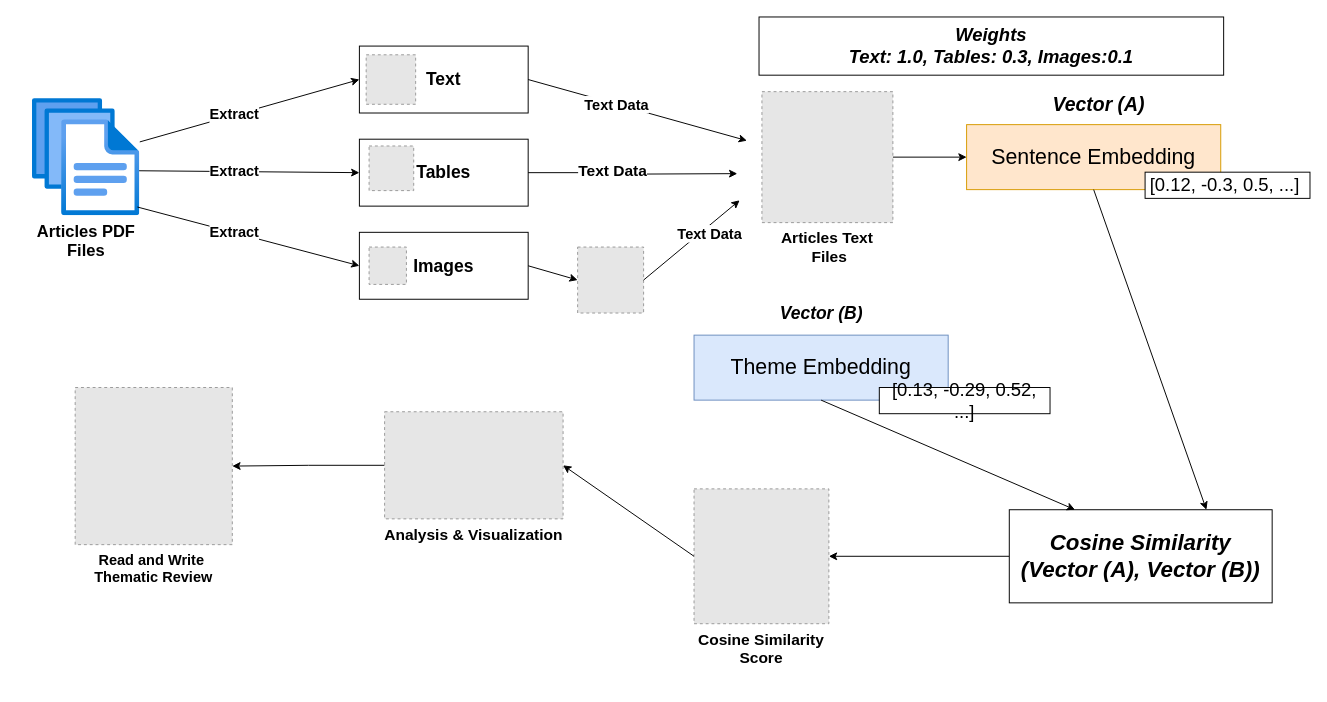
The draw.io diagram LiteratureFramework.drawio in ysenousy/ACC-N-ACE, before the edit. Source tidied: cells renumbered, new cells numbered last; positions are measured from the earlier drawing's top-left corner, leaving out a move shared by most shapes. Both pictures are drawn from the tidied source at 97%, with x=0, y=0 at pixel (32, 16). Pictures stored in the file or linked from it are replaced by grey dashed boxes.
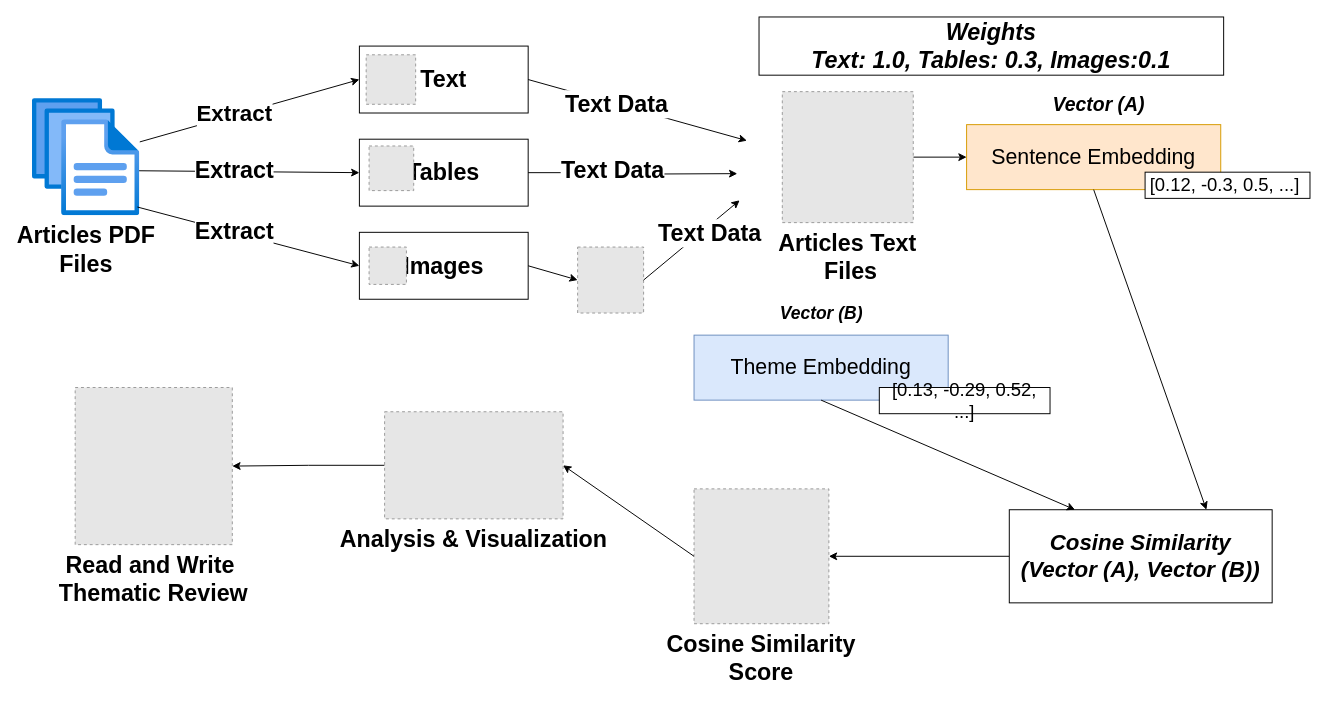
After the change.

Commit message (it also covers changes not shown here):
Enhancing Diagrams

Unchanged cells that the change refers to:
```xml
<mxCell id="9" style="endArrow=classic;html=1;rounded=0;entryX=0;entryY=0.5;entryDx=0;entryDy=0;" parent="1" edge="1" source="2" target="7">
  <mxGeometry relative="1" as="geometry" />
</mxCell>
<mxCell id="12" style="endArrow=classic;html=1;rounded=0;exitX=0.994;exitY=0.616;exitDx=0;exitDy=0;exitPerimeter=0;entryX=0;entryY=0.5;entryDx=0;entryDy=0;" parent="1" edge="1" source="2" target="8">
  <mxGeometry relative="1" as="geometry" />
</mxCell>
<mxCell id="14" style="endArrow=classic;html=1;rounded=0;exitX=0.978;exitY=0.925;exitDx=0;exitDy=0;exitPerimeter=0;entryX=0;entryY=0.5;entryDx=0;entryDy=0;" parent="1" edge="1" source="2" target="11">
  <mxGeometry relative="1" as="geometry" />
</mxCell>
<mxCell id="23" style="fillColor=#E6E6E6;strokeColor=#999999;dashed=1;verticalLabelPosition=bottom;labelBackgroundColor=default;verticalAlign=top;" parent="1" vertex="1">
  <mxGeometry x="562" y="237.2" width="68" height="68" as="geometry" />
</mxCell>
```

Change to the diagram source:
```diff
@@
-    <mxCell id="2" value="&lt;font style=&quot;font-size: 17px;&quot;&gt;&lt;b&gt;Articles PDF&lt;/b&gt;&lt;/font&gt;&lt;div&gt;&lt;font style=&quot;font-size: 17px;&quot;&gt;&lt;b&gt;Files&lt;/b&gt;&lt;/font&gt;&lt;/div&gt;" style="image;html=1;points=[];align=center;fontSize=12;image=img/lib/azure2/general/Files.svg;" parent="1" vertex="1">
+    <mxCell id="2" value="&lt;font style=&quot;font-size: 24px;&quot;&gt;&lt;b style=&quot;&quot;&gt;Articles PDF&lt;/b&gt;&lt;/font&gt;&lt;div&gt;&lt;font style=&quot;font-size: 24px;&quot;&gt;&lt;b style=&quot;&quot;&gt;Files&lt;/b&gt;&lt;/font&gt;&lt;/div&gt;" style="image;html=1;points=[];align=center;fontSize=12;image=img/lib/azure2/general/Files.svg;" parent="1" vertex="1">
       <mxGeometry y="84" width="110.6" height="121" as="geometry" />
     </mxCell>
-    <mxCell id="3" value="Cosine Similarity&#10;Score" style="fillColor=#E6E6E6;strokeColor=#999999;dashed=1;verticalLabelPosition=bottom;labelBackgroundColor=default;verticalAlign=top;fontSize=16;fontStyle=1;" parent="1" vertex="1">
+    <mxCell id="3" value="Cosine Similarity&#10;Score" style="fillColor=#E6E6E6;strokeColor=#999999;dashed=1;verticalLabelPosition=bottom;labelBackgroundColor=default;verticalAlign=top;fontSize=24;fontStyle=1;" parent="1" vertex="1">
       <mxGeometry x="682" y="486.5" width="139" height="139" as="geometry" />
     </mxCell>
@@
-    <mxCell id="5" value="Analysis &amp; Visualization" style="fillColor=#E6E6E6;strokeColor=#999999;dashed=1;verticalLabelPosition=bottom;labelBackgroundColor=default;verticalAlign=top;fontSize=16;fontStyle=1;" parent="1" vertex="1">
+    <mxCell id="5" value="Analysis &amp; Visualization" style="fillColor=#E6E6E6;strokeColor=#999999;dashed=1;verticalLabelPosition=bottom;labelBackgroundColor=default;verticalAlign=top;fontSize=24;fontStyle=1;" parent="1" vertex="1">
       <mxGeometry x="363" y="407" width="184" height="110.4" as="geometry" />
     </mxCell>
-    <mxCell id="6" value="Read and Write &#10;Thematic Review" style="fillColor=#E6E6E6;strokeColor=#999999;dashed=1;verticalLabelPosition=bottom;labelBackgroundColor=default;verticalAlign=top;fontSize=15;fontStyle=1;" parent="1" vertex="1">
+    <mxCell id="6" value="Read and Write &#10;Thematic Review" style="fillColor=#E6E6E6;strokeColor=#999999;dashed=1;verticalLabelPosition=bottom;labelBackgroundColor=default;verticalAlign=top;fontSize=24;fontStyle=1;" parent="1" vertex="1">
       <mxGeometry x="44" y="382" width="162" height="162" as="geometry" />
     </mxCell>
-    <mxCell id="7" value="&lt;font style=&quot;font-size: 18px;&quot;&gt;&lt;b&gt;Text&lt;/b&gt;&lt;/font&gt;" style="rounded=0;whiteSpace=wrap;html=1;" parent="1" vertex="1">
+    <mxCell id="7" value="&lt;font style=&quot;font-size: 24px;&quot;&gt;&lt;b style=&quot;&quot;&gt;Text&lt;/b&gt;&lt;/font&gt;" style="rounded=0;whiteSpace=wrap;html=1;" parent="1" vertex="1">
       <mxGeometry x="337" y="30" width="174" height="69" as="geometry" />
     </mxCell>
-    <mxCell id="8" value="&lt;font style=&quot;font-size: 18px;&quot;&gt;&lt;b&gt;Tables&lt;/b&gt;&lt;/font&gt;" style="rounded=0;whiteSpace=wrap;html=1;" parent="1" vertex="1">
+    <mxCell id="8" value="&lt;font style=&quot;font-size: 24px;&quot;&gt;&lt;b style=&quot;&quot;&gt;Tables&lt;/b&gt;&lt;/font&gt;" style="rounded=0;whiteSpace=wrap;html=1;" parent="1" vertex="1">
       <mxGeometry x="337" y="126" width="174" height="69" as="geometry" />
     </mxCell>
@@
-    <mxCell id="10" value="&lt;b&gt;&lt;font style=&quot;font-size: 15px;&quot;&gt;Extract&lt;/font&gt;&lt;/b&gt;" style="edgeLabel;html=1;align=center;verticalAlign=middle;" parent="9" vertex="1">
-      <mxGeometry x="-0.13" y="2" relative="1" as="geometry">
-        <mxPoint x="-1" as="offset" />
-      </mxGeometry>
-    </mxCell>
+    <mxCell id="41" value="&lt;b&gt;&lt;font&gt;Extract&lt;/font&gt;&lt;/b&gt;" style="edgeLabel;html=1;align=center;verticalAlign=middle;fontSize=23;" parent="9" vertex="1">
+      <mxGeometry x="-0.13" y="2" relative="1" as="geometry">
+        <mxPoint x="-1" as="offset" />
+      </mxGeometry>
+    </mxCell>
-    <mxCell id="11" value="&lt;font style=&quot;font-size: 18px;&quot;&gt;&lt;b&gt;Images&lt;/b&gt;&lt;/font&gt;" style="rounded=0;whiteSpace=wrap;html=1;" parent="1" vertex="1">
+    <mxCell id="11" value="&lt;font style=&quot;font-size: 24px;&quot;&gt;&lt;b style=&quot;&quot;&gt;Images&lt;/b&gt;&lt;/font&gt;" style="rounded=0;whiteSpace=wrap;html=1;" parent="1" vertex="1">
       <mxGeometry x="337" y="222" width="174" height="69" as="geometry" />
     </mxCell>
@@
-    <mxCell id="13" value="&lt;b&gt;&lt;font style=&quot;font-size: 15px;&quot;&gt;Extract&lt;/font&gt;&lt;/b&gt;" style="edgeLabel;html=1;align=center;verticalAlign=middle;" parent="12" vertex="1">
-      <mxGeometry x="-0.13" y="2" relative="1" as="geometry">
-        <mxPoint x="-1" as="offset" />
-      </mxGeometry>
-    </mxCell>
+    <mxCell id="42" value="&lt;b&gt;&lt;font&gt;Extract&lt;/font&gt;&lt;/b&gt;" style="edgeLabel;html=1;align=center;verticalAlign=middle;fontSize=24;" parent="12" vertex="1">
+      <mxGeometry x="-0.13" y="2" relative="1" as="geometry">
+        <mxPoint x="-1" as="offset" />
+      </mxGeometry>
+    </mxCell>
@@
-    <mxCell id="15" value="&lt;b&gt;&lt;font style=&quot;font-size: 15px;&quot;&gt;Extract&lt;/font&gt;&lt;/b&gt;" style="edgeLabel;html=1;align=center;verticalAlign=middle;" parent="14" vertex="1">
-      <mxGeometry x="-0.13" y="2" relative="1" as="geometry">
-        <mxPoint x="-1" as="offset" />
-      </mxGeometry>
-    </mxCell>
+    <mxCell id="43" value="&lt;b&gt;&lt;font&gt;Extract&lt;/font&gt;&lt;/b&gt;" style="edgeLabel;html=1;align=center;verticalAlign=middle;fontSize=24;" parent="14" vertex="1">
+      <mxGeometry x="-0.13" y="2" relative="1" as="geometry">
+        <mxPoint x="-1" as="offset" />
+      </mxGeometry>
+    </mxCell>
@@
-    <mxCell id="19" style="endArrow=classic;html=1;rounded=0;exitX=1;exitY=0.5;exitDx=0;exitDy=0;entryX=0;entryY=0.25;entryDx=0;entryDy=0;" parent="1" edge="1" source="7">
-      <mxGeometry relative="1" as="geometry">
-        <mxPoint x="736.5" y="127.5" as="targetPoint" />
-      </mxGeometry>
-    </mxCell>
-    <mxCell id="20" value="&lt;font style=&quot;font-size: 15px;&quot;&gt;&lt;b&gt;Text Data&lt;/b&gt;&lt;/font&gt;" style="edgeLabel;html=1;align=center;verticalAlign=middle;" parent="19" vertex="1">
-      <mxGeometry x="-0.2" relative="1" as="geometry" />
-    </mxCell>
-    <mxCell id="21" style="edgeStyle=orthogonalEdgeStyle;rounded=0;jettySize=auto;html=1;entryX=-0.087;entryY=0.548;entryDx=0;entryDy=0;entryPerimeter=0;" parent="1" edge="1" source="8">
-      <mxGeometry relative="1" as="geometry">
-        <mxPoint x="726.6" y="161.5" as="targetPoint" />
-      </mxGeometry>
-    </mxCell>
-    <mxCell id="22" value="&lt;font style=&quot;font-size: 16px;&quot;&gt;&lt;b&gt;Text Data&lt;/b&gt;&lt;/font&gt;" style="edgeLabel;html=1;align=center;verticalAlign=middle;" parent="21" vertex="1">
-      <mxGeometry x="-0.21" y="3" relative="1" as="geometry" />
-    </mxCell>
+    <mxCell id="44" style="endArrow=classic;html=1;rounded=0;exitX=1;exitY=0.5;exitDx=0;exitDy=0;entryX=0;entryY=0.25;entryDx=0;entryDy=0;" parent="1" edge="1" source="7">
+      <mxGeometry relative="1" as="geometry">
+        <mxPoint x="736.5" y="127.5" as="targetPoint" />
+      </mxGeometry>
+    </mxCell>
+    <mxCell id="45" value="&lt;font style=&quot;font-size: 24px;&quot;&gt;&lt;b style=&quot;&quot;&gt;Text Data&lt;/b&gt;&lt;/font&gt;" style="edgeLabel;html=1;align=center;verticalAlign=middle;" parent="44" vertex="1">
+      <mxGeometry x="-0.2" relative="1" as="geometry" />
+    </mxCell>
+    <mxCell id="46" style="edgeStyle=orthogonalEdgeStyle;rounded=0;jettySize=auto;html=1;entryX=-0.087;entryY=0.548;entryDx=0;entryDy=0;entryPerimeter=0;" parent="1" edge="1" source="8">
+      <mxGeometry relative="1" as="geometry">
+        <mxPoint x="726.6" y="161.5" as="targetPoint" />
+      </mxGeometry>
+    </mxCell>
+    <mxCell id="47" value="&lt;font&gt;&lt;b&gt;Text Data&lt;/b&gt;&lt;/font&gt;" style="edgeLabel;html=1;align=center;verticalAlign=middle;fontSize=24;" parent="46" vertex="1">
+      <mxGeometry x="-0.21" y="3" relative="1" as="geometry" />
+    </mxCell>
@@
-    <mxCell id="25" style="endArrow=classic;html=1;rounded=0;exitX=1;exitY=0.5;exitDx=0;exitDy=0;" parent="1" edge="1" source="23">
-      <mxGeometry relative="1" as="geometry">
-        <mxPoint x="729" y="189" as="targetPoint" />
-      </mxGeometry>
-    </mxCell>
-    <mxCell id="26" value="&lt;font style=&quot;font-size: 15px;&quot;&gt;&lt;b&gt;Text Data&lt;/b&gt;&lt;/font&gt;" style="edgeLabel;html=1;align=center;verticalAlign=middle;" parent="25" vertex="1">
-      <mxGeometry x="0.28" y="-5" relative="1" as="geometry">
-        <mxPoint x="1" as="offset" />
-      </mxGeometry>
-    </mxCell>
+    <mxCell id="48" style="endArrow=classic;html=1;rounded=0;exitX=1;exitY=0.5;exitDx=0;exitDy=0;" parent="1" edge="1" source="23">
+      <mxGeometry relative="1" as="geometry">
+        <mxPoint x="729" y="189" as="targetPoint" />
+      </mxGeometry>
+    </mxCell>
+    <mxCell id="49" value="&lt;font style=&quot;font-size: 24px;&quot;&gt;&lt;b style=&quot;&quot;&gt;Text Data&lt;/b&gt;&lt;/font&gt;" style="edgeLabel;html=1;align=center;verticalAlign=middle;" parent="48" vertex="1">
+      <mxGeometry x="0.28" y="-5" relative="1" as="geometry">
+        <mxPoint x="1" as="offset" />
+      </mxGeometry>
+    </mxCell>
@@
-    <mxCell id="28" value="Articles Text&#10; Files" style="fillColor=#E6E6E6;strokeColor=#999999;dashed=1;verticalLabelPosition=bottom;labelBackgroundColor=default;verticalAlign=top;fontStyle=1;fontSize=16;" parent="1" vertex="1">
-      <mxGeometry x="752" y="77" width="135" height="135" as="geometry" />
+    <mxCell id="28" value="Articles Text&#10; Files" style="fillColor=#E6E6E6;strokeColor=#999999;dashed=1;verticalLabelPosition=bottom;labelBackgroundColor=default;verticalAlign=top;fontStyle=1;fontSize=24;" parent="1" vertex="1">
+      <mxGeometry x="773" y="77" width="135" height="135" as="geometry" />
     </mxCell>
@@
-    <mxCell id="39" value="&lt;font style=&quot;font-size: 19px;&quot;&gt;&lt;i&gt;&lt;b&gt;Weights&lt;/b&gt;&lt;/i&gt;&lt;/font&gt;&lt;div&gt;&lt;font style=&quot;font-size: 19px;&quot;&gt;&lt;i&gt;&lt;b&gt;Text: 1.0, Tables: 0.3, Images:0.1&lt;/b&gt;&lt;/i&gt;&lt;/font&gt;&lt;/div&gt;" style="rounded=0;whiteSpace=wrap;html=1;" parent="1" vertex="1">
+    <mxCell id="39" value="&lt;font style=&quot;font-size: 24px;&quot;&gt;&lt;i style=&quot;&quot;&gt;&lt;b style=&quot;&quot;&gt;Weights&lt;/b&gt;&lt;/i&gt;&lt;/font&gt;&lt;div&gt;&lt;font style=&quot;font-size: 24px;&quot;&gt;&lt;i style=&quot;&quot;&gt;&lt;b style=&quot;&quot;&gt;Text: 1.0, Tables: 0.3, Images:0.1&lt;/b&gt;&lt;/i&gt;&lt;/font&gt;&lt;/div&gt;" style="rounded=0;whiteSpace=wrap;html=1;" parent="1" vertex="1">
       <mxGeometry x="749" width="479" height="60" as="geometry" />
     </mxCell>
```
